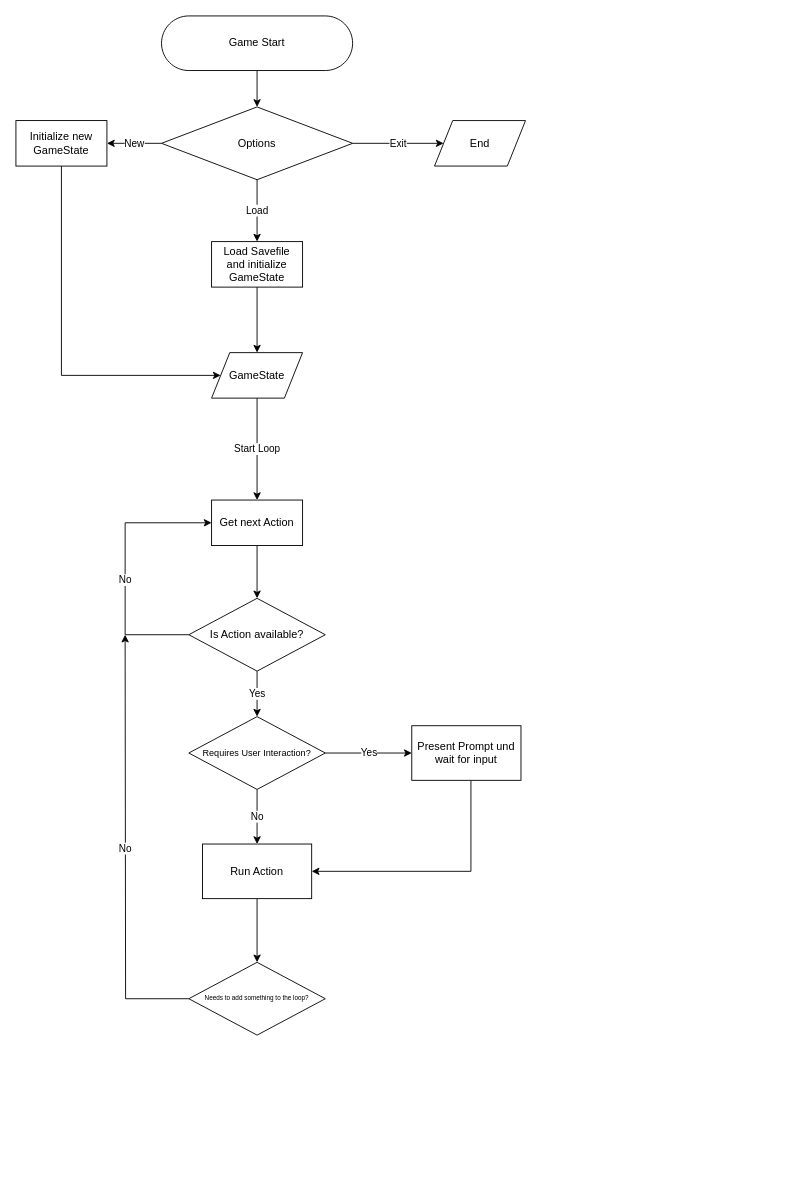
This is diagramms/GameLoop.drawio from Apsysikal/hag-adventure, a draw.io file, before an edit. Source tidied: cells renumbered, new cells numbered last; positions are measured from the earlier drawing's top-left corner, leaving out a move shared by most shapes. Both pictures are drawn from the tidied source at 91%, with x=0, y=0 at pixel (15, 15).
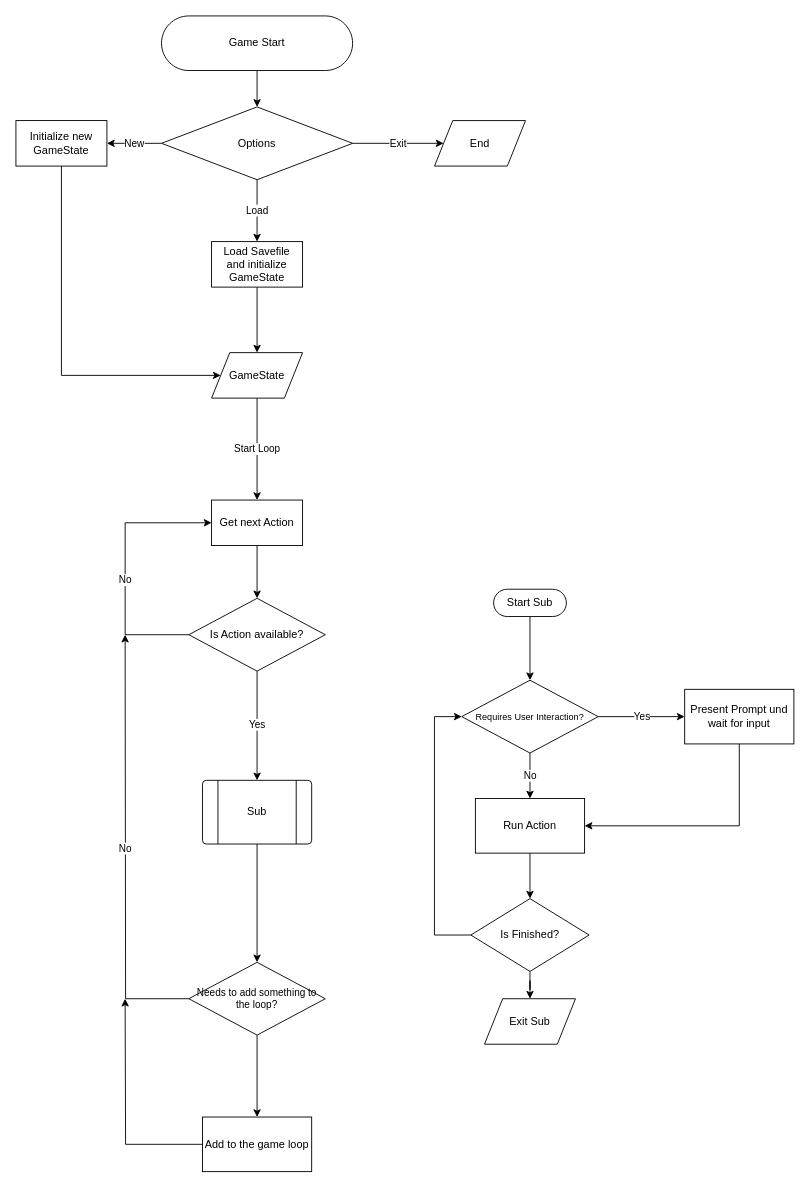
The same diagram, later.

The change refers to these unchanged cells:
```xml
<mxCell id="19" value="Is Action available?" style="rhombus;whiteSpace=wrap;html=1;dashed=0;" parent="1" vertex="1">
  <mxGeometry x="190" y="640" width="150" height="80" as="geometry" />
</mxCell>
```

Diff of the diagram source:
```diff
@@
-    <mxCell id="18" value="Yes" style="edgeStyle=orthogonalEdgeStyle;rounded=0;jettySize=auto;html=1;" parent="1" edge="1" source="19" target="22">
-      <mxGeometry relative="1" as="geometry" />
+    <mxCell id="18" value="Yes" style="edgeStyle=orthogonalEdgeStyle;rounded=0;jettySize=auto;html=1;entryX=0.5;entryY=0;entryDx=0;entryDy=0;" parent="1" edge="1" source="19" target="33">
+      <mxGeometry x="-0.01" relative="1" as="geometry" />
     </mxCell>
@@
     <mxCell id="22" value="Requires User Interaction?" style="rhombus;whiteSpace=wrap;html=1;dashed=0;fontSize=10;" parent="1" vertex="1">
-      <mxGeometry x="190" y="770" width="150" height="80" as="geometry" />
+      <mxGeometry x="489.9" y="730" width="150" height="80" as="geometry" />
     </mxCell>
-    <mxCell id="23" style="edgeStyle=orthogonalEdgeStyle;rounded=0;jettySize=auto;html=1;entryX=1;entryY=0.5;entryDx=0;entryDy=0;" parent="1" edge="1" source="24" target="26">
+    <mxCell id="23" style="edgeStyle=orthogonalEdgeStyle;rounded=0;jettySize=auto;html=1;entryX=1;entryY=0.5;entryDx=0;entryDy=0;exitX=0.5;exitY=1;exitDx=0;exitDy=0;" parent="1" edge="1" source="24" target="26">
       <mxGeometry relative="1" as="geometry">
         <Array as="points">
-          <mxPoint x="500" y="940" />
+          <mxPoint x="794.9" y="890" />
         </Array>
       </mxGeometry>
     </mxCell>
     <mxCell id="24" value="Present Prompt und wait for input" style="whiteSpace=wrap;html=1;dashed=0;" parent="1" vertex="1">
-      <mxGeometry x="435" y="780" width="120" height="60" as="geometry" />
+      <mxGeometry x="734.9" y="740" width="120" height="60" as="geometry" />
     </mxCell>
-    <mxCell id="25" style="edgeStyle=orthogonalEdgeStyle;rounded=0;jettySize=auto;html=1;" parent="1" edge="1" source="26" target="28">
+    <mxCell id="25" style="edgeStyle=orthogonalEdgeStyle;rounded=0;jettySize=auto;html=1;exitX=0.5;exitY=1;exitDx=0;exitDy=0;" parent="1" edge="1" source="33" target="28">
       <mxGeometry relative="1" as="geometry" />
     </mxCell>
+    <mxCell id="29" style="edgeStyle=orthogonalEdgeStyle;rounded=0;jettySize=auto;html=1;" parent="1" edge="1" source="26" target="36">
+      <mxGeometry relative="1" as="geometry" />
+    </mxCell>
     <mxCell id="26" value="Run Action" style="whiteSpace=wrap;html=1;dashed=0;" parent="1" vertex="1">
-      <mxGeometry x="205" y="910" width="120" height="60" as="geometry" />
+      <mxGeometry x="504.9" y="860" width="120" height="60" as="geometry" />
     </mxCell>
@@
+    <mxCell id="30" style="edgeStyle=orthogonalEdgeStyle;rounded=0;jettySize=auto;html=1;" parent="1" edge="1" source="28" target="32">
+      <mxGeometry relative="1" as="geometry" />
+    </mxCell>
-    <mxCell id="28" value="Needs to add something to the loop?" style="rhombus;whiteSpace=wrap;html=1;dashed=0;fontSize=7;" parent="1" vertex="1">
+    <mxCell id="28" value="Needs to add something to the loop?" style="rhombus;whiteSpace=wrap;html=1;dashed=0;fontSize=11;" parent="1" vertex="1">
       <mxGeometry x="190" y="1040" width="150" height="80" as="geometry" />
     </mxCell>
+    <mxCell id="31" style="edgeStyle=orthogonalEdgeStyle;rounded=0;jettySize=auto;html=1;" parent="1" edge="1" source="32">
+      <mxGeometry relative="1" as="geometry">
+        <mxPoint x="120" y="1080" as="targetPoint" />
+      </mxGeometry>
+    </mxCell>
+    <mxCell id="32" value="Add to the game loop" style="whiteSpace=wrap;html=1;fontSize=12;dashed=0;" parent="1" vertex="1">
+      <mxGeometry x="205" y="1210" width="120" height="60" as="geometry" />
+    </mxCell>
+    <mxCell id="33" value="Sub" style="verticalLabelPosition=middle;verticalAlign=middle;html=1;shape=process;whiteSpace=wrap;rounded=1;size=0.14;arcSize=6;labelPosition=center;align=center;" parent="1" vertex="1">
+      <mxGeometry x="205" y="840" width="120" height="70" as="geometry" />
+    </mxCell>
+    <mxCell id="34" style="edgeStyle=orthogonalEdgeStyle;rounded=0;jettySize=auto;html=1;entryX=0.5;entryY=0;entryDx=0;entryDy=0;" parent="1" edge="1" source="36" target="37">
+      <mxGeometry relative="1" as="geometry" />
+    </mxCell>
+    <mxCell id="35" style="edgeStyle=orthogonalEdgeStyle;rounded=0;jettySize=auto;html=1;entryX=0;entryY=0.5;entryDx=0;entryDy=0;" parent="1" edge="1" source="36" target="22">
+      <mxGeometry relative="1" as="geometry">
+        <Array as="points">
+          <mxPoint x="459.9" y="1010" />
+          <mxPoint x="459.9" y="770" />
+        </Array>
+      </mxGeometry>
+    </mxCell>
+    <mxCell id="36" value="Is Finished?" style="rhombus;whiteSpace=wrap;html=1;dashed=0;" parent="1" vertex="1">
+      <mxGeometry x="499.9" y="970" width="130" height="80" as="geometry" />
+    </mxCell>
+    <mxCell id="37" value="Exit Sub" style="shape=parallelogram;perimeter=parallelogramPerimeter;whiteSpace=wrap;html=1;dashed=0;" parent="1" vertex="1">
+      <mxGeometry x="514.9" y="1080" width="100" height="50" as="geometry" />
+    </mxCell>
+    <mxCell id="38" style="edgeStyle=orthogonalEdgeStyle;rounded=0;jettySize=auto;html=1;entryX=0.5;entryY=0;entryDx=0;entryDy=0;" parent="1" edge="1" source="39" target="22">
+      <mxGeometry relative="1" as="geometry" />
+    </mxCell>
+    <mxCell id="39" value="Start Sub" style="html=1;dashed=0;whiteSpace=wrap;shape=mxgraph.dfd.start;" parent="1" vertex="1">
+      <mxGeometry x="524.9" y="630" width="80" height="30" as="geometry" />
+    </mxCell>
```
